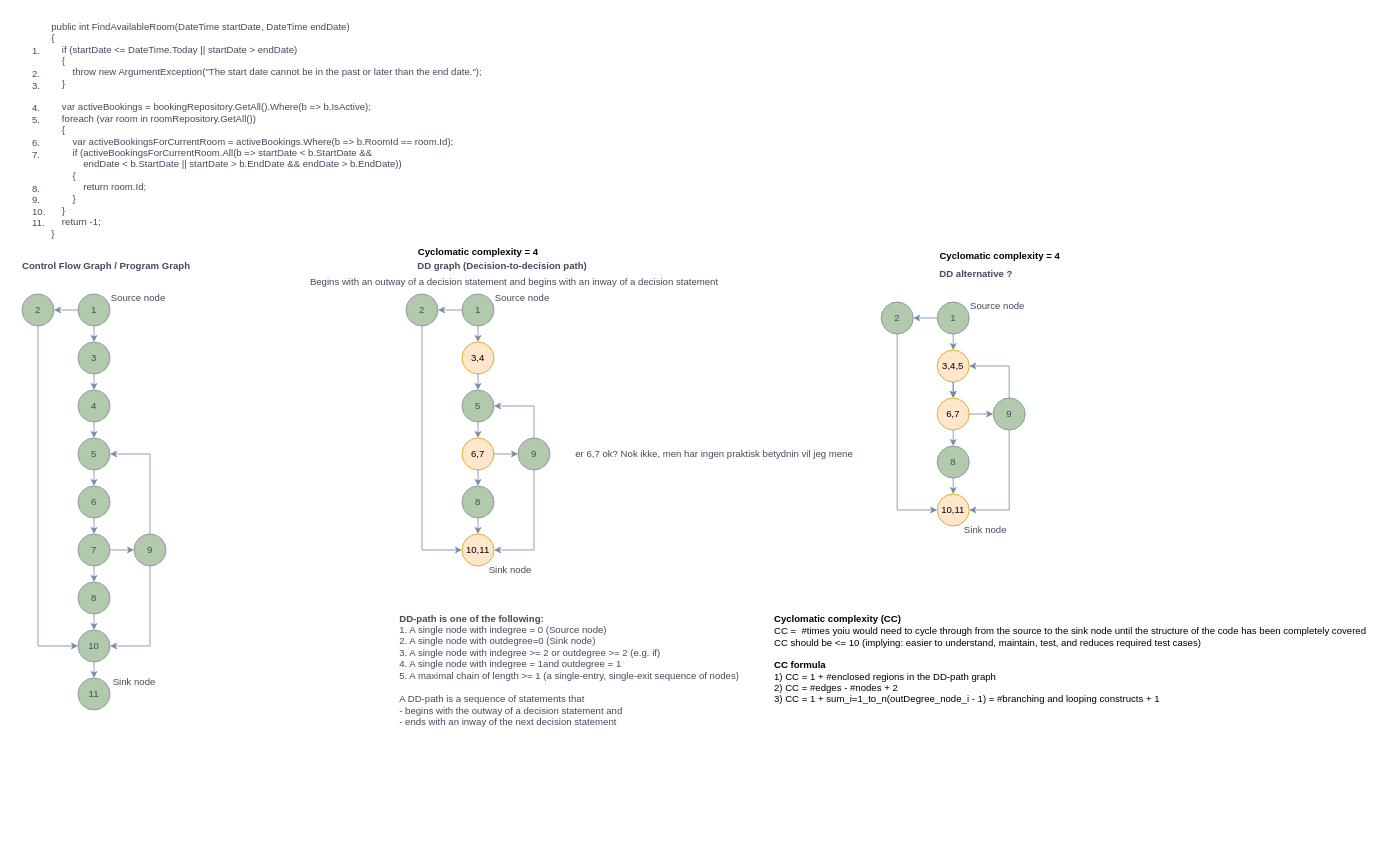
Before: page "FindAvailableRoom" (1 of 3) of Unavngivet diagram.drawio in leaand01/WhiteBoxTesting_temp, a draw.io diagram. Source tidied: cells renumbered, new cells numbered last; positions are measured from the earlier drawing's top-left corner, leaving out a move shared by most shapes. Both pictures are drawn from the tidied source at 80%, with x=0, y=0 at pixel (14, 14).
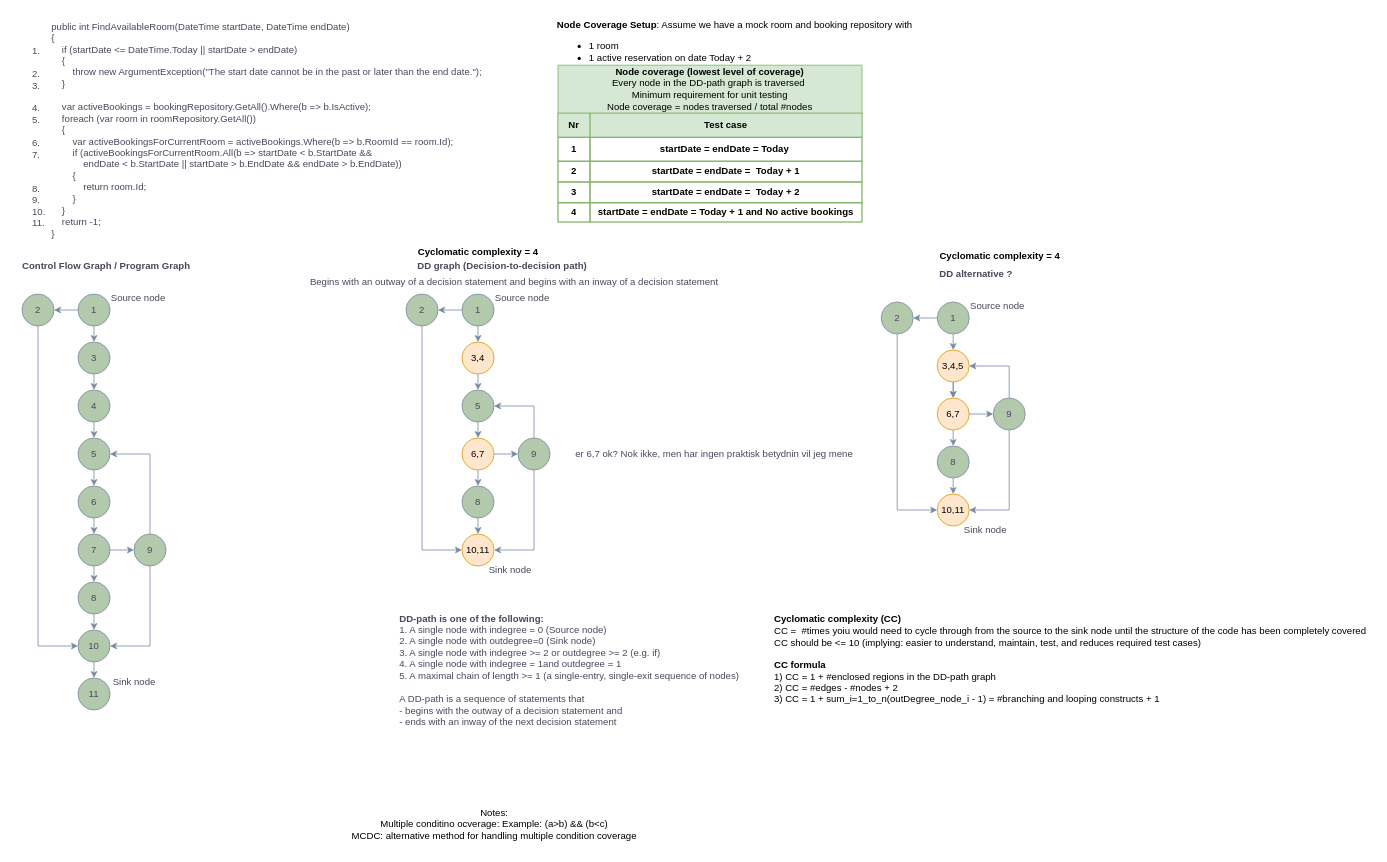
The same diagram, later.

Change to the diagram source:
```diff
@@
+    <mxCell id="78" value="Node coverage (lowest level of coverage)&lt;div&gt;&lt;span style=&quot;font-weight: normal;&quot;&gt;Every node in the DD-path graph is traversed&amp;nbsp;&lt;/span&gt;&lt;/div&gt;&lt;div&gt;&lt;span style=&quot;font-weight: normal;&quot;&gt;Minimum requirement for unit testing&lt;/span&gt;&lt;/div&gt;&lt;div&gt;&lt;span style=&quot;font-weight: normal;&quot;&gt;Node coverage = nodes traversed / total #nodes&lt;/span&gt;&lt;/div&gt;" style="shape=table;startSize=60;childLayout=tableLayout;fillColor=#d5e8d4;strokeColor=#82b366;fontStyle=1;swimlaneFillColor=#FFFFFF;fontColor=#000000;whiteSpace=wrap;html=1;" parent="1" vertex="1">
+      <mxGeometry x="680" y="64" width="380" height="196" as="geometry" />
+    </mxCell>
+    <mxCell id="79" style="shape=tableRow;horizontal=0;startSize=0;swimlaneHead=0;swimlaneBody=0;strokeColor=inherit;top=0;left=0;bottom=0;right=0;fillColor=inherit;fontSize=16;fontColor=#000000;" parent="78" vertex="1">
+      <mxGeometry y="60" width="380" height="30" as="geometry" />
+    </mxCell>
+    <mxCell id="80" value="Nr" style="html=1;whiteSpace=wrap;strokeColor=inherit;overflow=hidden;fillColor=none;fontColor=#000000;fontStyle=1;" parent="79" vertex="1">
+      <mxGeometry width="40" height="30" as="geometry" />
+    </mxCell>
+    <mxCell id="81" value="Test case" style="html=1;whiteSpace=wrap;strokeColor=inherit;overflow=hidden;fillColor=none;fontColor=#000000;fontStyle=1;" parent="79" vertex="1">
+      <mxGeometry x="40" width="340" height="30" as="geometry" />
+    </mxCell>
+    <mxCell id="82" style="shape=tableRow;horizontal=0;startSize=0;swimlaneHead=0;swimlaneBody=0;strokeColor=inherit;top=0;left=0;bottom=0;right=0;fillColor=none;fontSize=16;fontColor=#000000;" parent="78" vertex="1">
+      <mxGeometry y="90" width="380" height="30" as="geometry" />
+    </mxCell>
+    <mxCell id="83" value="1" style="html=1;whiteSpace=wrap;strokeColor=inherit;overflow=hidden;fillColor=none;fontColor=#000000;fontStyle=1;" parent="82" vertex="1">
+      <mxGeometry width="40" height="30" as="geometry" />
+    </mxCell>
+    <mxCell id="84" value="startDate = endDate = Today&amp;nbsp;" style="html=1;whiteSpace=wrap;strokeColor=inherit;overflow=hidden;fillColor=none;fontColor=#000000;fontStyle=1;" parent="82" vertex="1">
+      <mxGeometry x="40" width="340" height="30" as="geometry" />
+    </mxCell>
+    <mxCell id="85" style="shape=tableRow;horizontal=0;startSize=0;swimlaneHead=0;swimlaneBody=0;strokeColor=inherit;top=0;left=0;bottom=0;right=0;fillColor=none;fontSize=16;fontColor=#000000;" parent="78" vertex="1">
+      <mxGeometry y="120" width="380" height="26" as="geometry" />
+    </mxCell>
+    <mxCell id="86" value="2" style="html=1;whiteSpace=wrap;strokeColor=inherit;overflow=hidden;fillColor=none;fontColor=#000000;fontStyle=1;" parent="85" vertex="1">
+      <mxGeometry width="40" height="26" as="geometry" />
+    </mxCell>
+    <mxCell id="87" value="startDate = endDate =&amp;nbsp; Today + 1" style="html=1;whiteSpace=wrap;strokeColor=inherit;overflow=hidden;fillColor=none;fontColor=#000000;fontStyle=1;" parent="85" vertex="1">
+      <mxGeometry x="40" width="340" height="26" as="geometry" />
+    </mxCell>
+    <mxCell id="88" style="shape=tableRow;horizontal=0;startSize=0;swimlaneHead=0;swimlaneBody=0;strokeColor=inherit;top=0;left=0;bottom=0;right=0;fillColor=none;fontSize=16;fontColor=#000000;" parent="78" vertex="1">
+      <mxGeometry y="146" width="380" height="26" as="geometry" />
+    </mxCell>
+    <mxCell id="89" value="3" style="html=1;whiteSpace=wrap;strokeColor=inherit;overflow=hidden;fillColor=none;fontColor=#000000;fontStyle=1;" parent="88" vertex="1">
+      <mxGeometry width="40" height="26" as="geometry" />
+    </mxCell>
+    <mxCell id="90" value="startDate = endDate =&amp;nbsp; Today + 2" style="html=1;whiteSpace=wrap;strokeColor=inherit;overflow=hidden;fillColor=none;fontColor=#000000;fontStyle=1;" parent="88" vertex="1">
+      <mxGeometry x="40" width="340" height="26" as="geometry" />
+    </mxCell>
+    <mxCell id="91" style="shape=tableRow;horizontal=0;startSize=0;swimlaneHead=0;swimlaneBody=0;strokeColor=inherit;top=0;left=0;bottom=0;right=0;fillColor=none;fontSize=16;fontColor=#000000;" parent="78" vertex="1">
+      <mxGeometry y="172" width="380" height="24" as="geometry" />
+    </mxCell>
+    <mxCell id="92" value="4" style="html=1;whiteSpace=wrap;strokeColor=inherit;overflow=hidden;fillColor=none;fontColor=#000000;fontStyle=1;" parent="91" vertex="1">
+      <mxGeometry width="40" height="24" as="geometry" />
+    </mxCell>
+    <mxCell id="93" value="startDate = endDate = Today + 1 and&lt;span style=&quot;background-color: initial;&quot;&gt;&amp;nbsp;&lt;/span&gt;&lt;span style=&quot;background-color: initial;&quot;&gt;No active bookings&lt;/span&gt;" style="html=1;whiteSpace=wrap;strokeColor=inherit;overflow=hidden;fillColor=none;fontColor=#000000;fontStyle=1;" parent="91" vertex="1">
+      <mxGeometry x="40" width="340" height="24" as="geometry" />
+    </mxCell>
+    <mxCell id="94" value="Notes:&lt;div&gt;Multiple conditino ocverage: Example: (a&amp;gt;b) &amp;amp;&amp;amp; (b&amp;lt;c)&lt;div&gt;MCDC: alternative method for handling multiple condition coverage&lt;/div&gt;&lt;/div&gt;" style="text;html=1;align=center;verticalAlign=middle;strokeColor=none;fillColor=none;" parent="1" vertex="1">
+      <mxGeometry x="410" y="983" width="380" height="60" as="geometry" />
+    </mxCell>
+    <mxCell id="95" value="&lt;b&gt;Node Coverage Setup&lt;/b&gt;: Assume we have a mock room and booking repository with&lt;div&gt;&lt;ul&gt;&lt;li&gt;1 room&lt;/li&gt;&lt;li&gt;&lt;span style=&quot;background-color: initial;&quot;&gt;1 active reservation on date Today + 2&lt;/span&gt;&lt;br&gt;&lt;/li&gt;&lt;/ul&gt;&lt;/div&gt;" style="text;html=1;align=left;verticalAlign=middle;strokeColor=none;fillColor=none;" parent="1" vertex="1">
+      <mxGeometry x="677" width="470" height="80" as="geometry" />
+    </mxCell>
```
